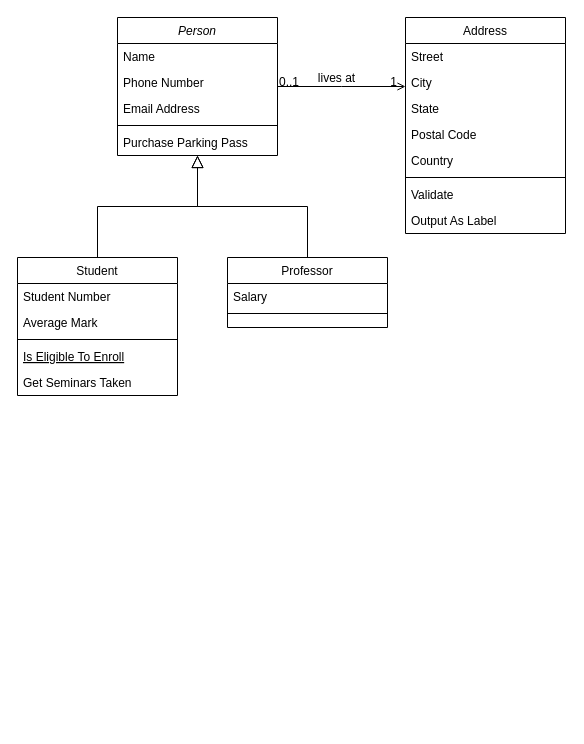
Above: Untitled Diagram.drawio in vazkya/tefa_ (draw.io), before the change. Source tidied: cells renumbered, new cells numbered last; positions are measured from the earlier drawing's top-left corner, leaving out a move shared by most shapes. Both pictures are drawn from the tidied source at 100%, with x=0, y=0 at pixel (17, 17).
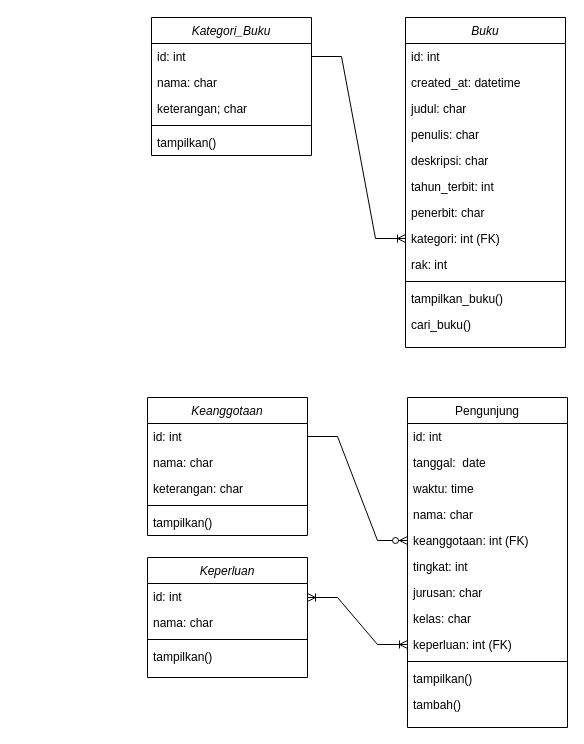
The same page after the edit.

The edit, as a diff of the source:
```diff
@@
-    <mxCell id="2" value="Person" style="swimlane;fontStyle=2;align=center;verticalAlign=top;horizontal=1;startSize=26;rounded=0;shadow=0;strokeWidth=1;" parent="1" vertex="1">
-      <mxGeometry x="100" width="160" height="138" as="geometry" />
+    <mxCell id="2" value="Kategori_Buku" style="swimlane;fontStyle=2;align=center;verticalAlign=top;horizontal=1;startSize=26;rounded=0;shadow=0;strokeWidth=1;" parent="1" vertex="1">
+      <mxGeometry x="134" width="160" height="138" as="geometry" />
     </mxCell>
-    <mxCell id="3" value="Name" style="text;align=left;verticalAlign=top;spacingLeft=4;spacingRight=4;overflow=hidden;points=[[0,0.5],[1,0.5]];portConstraint=eastwest;" parent="2" vertex="1">
+    <mxCell id="3" value="id: int" style="text;align=left;verticalAlign=top;spacingLeft=4;spacingRight=4;overflow=hidden;points=[[0,0.5],[1,0.5]];portConstraint=eastwest;" parent="2" vertex="1">
       <mxGeometry y="26" width="160" height="26" as="geometry" />
     </mxCell>
-    <mxCell id="4" value="Phone Number" style="text;align=left;verticalAlign=top;spacingLeft=4;spacingRight=4;overflow=hidden;rounded=0;shadow=0;html=0;" parent="2" vertex="1">
+    <mxCell id="4" value="nama: char" style="text;align=left;verticalAlign=top;spacingLeft=4;spacingRight=4;overflow=hidden;rounded=0;shadow=0;html=0;" parent="2" vertex="1">
       <mxGeometry y="52" width="160" height="26" as="geometry" />
     </mxCell>
-    <mxCell id="5" value="Email Address" style="text;align=left;verticalAlign=top;spacingLeft=4;spacingRight=4;overflow=hidden;rounded=0;shadow=0;html=0;" parent="2" vertex="1">
+    <mxCell id="5" value="keterangan; char" style="text;align=left;verticalAlign=top;spacingLeft=4;spacingRight=4;overflow=hidden;rounded=0;shadow=0;html=0;" parent="2" vertex="1">
       <mxGeometry y="78" width="160" height="26" as="geometry" />
     </mxCell>
@@
-    <mxCell id="7" value="Purchase Parking Pass" style="text;align=left;verticalAlign=top;spacingLeft=4;spacingRight=4;overflow=hidden;" parent="2" vertex="1">
+    <mxCell id="7" value="tampilkan()" style="text;align=left;verticalAlign=top;spacingLeft=4;spacingRight=4;overflow=hidden;" parent="2" vertex="1">
       <mxGeometry y="112" width="160" height="26" as="geometry" />
     </mxCell>
-    <mxCell id="8" value="Student" style="swimlane;fontStyle=0;align=center;verticalAlign=top;horizontal=1;startSize=26;rounded=0;shadow=0;strokeWidth=1;" parent="1" vertex="1">
-      <mxGeometry y="240" width="160" height="138" as="geometry" />
+    <mxCell id="8" value="Keanggotaan" style="swimlane;fontStyle=2;align=center;verticalAlign=top;horizontal=1;startSize=26;rounded=0;shadow=0;strokeWidth=1;" parent="1" vertex="1">
+      <mxGeometry x="130" y="380" width="160" height="138" as="geometry" />
     </mxCell>
-    <mxCell id="9" value="Student Number" style="text;align=left;verticalAlign=top;spacingLeft=4;spacingRight=4;overflow=hidden;points=[[0,0.5],[1,0.5]];portConstraint=eastwest;" parent="8" vertex="1">
+    <mxCell id="9" value="id: int" style="text;align=left;verticalAlign=top;spacingLeft=4;spacingRight=4;overflow=hidden;points=[[0,0.5],[1,0.5]];portConstraint=eastwest;" parent="8" vertex="1">
       <mxGeometry y="26" width="160" height="26" as="geometry" />
     </mxCell>
-    <mxCell id="10" value="Average Mark" style="text;align=left;verticalAlign=top;spacingLeft=4;spacingRight=4;overflow=hidden;rounded=0;shadow=0;html=0;" parent="8" vertex="1">
+    <mxCell id="10" value="nama: char" style="text;align=left;verticalAlign=top;spacingLeft=4;spacingRight=4;overflow=hidden;rounded=0;shadow=0;html=0;" parent="8" vertex="1">
       <mxGeometry y="52" width="160" height="26" as="geometry" />
     </mxCell>
+    <mxCell id="12" value="keterangan: char" style="text;align=left;verticalAlign=top;spacingLeft=4;spacingRight=4;overflow=hidden;fontStyle=0;" parent="8" vertex="1">
+      <mxGeometry y="78" width="160" height="26" as="geometry" />
+    </mxCell>
     <mxCell id="11" style="line;html=1;strokeWidth=1;align=left;verticalAlign=middle;spacingTop=-1;spacingLeft=3;spacingRight=3;labelPosition=right;" parent="8" vertex="1">
-      <mxGeometry y="78" width="160" height="8" as="geometry" />
+      <mxGeometry y="104" width="160" height="8" as="geometry" />
     </mxCell>
-    <mxCell id="12" value="Is Eligible To Enroll" style="text;align=left;verticalAlign=top;spacingLeft=4;spacingRight=4;overflow=hidden;fontStyle=4;" parent="8" vertex="1">
-      <mxGeometry y="86" width="160" height="26" as="geometry" />
-    </mxCell>
-    <mxCell id="13" value="Get Seminars Taken" style="text;align=left;verticalAlign=top;spacingLeft=4;spacingRight=4;overflow=hidden;" parent="8" vertex="1">
+    <mxCell id="13" value="tampilkan()" style="text;align=left;verticalAlign=top;spacingLeft=4;spacingRight=4;overflow=hidden;" parent="8" vertex="1">
       <mxGeometry y="112" width="160" height="26" as="geometry" />
     </mxCell>
-    <mxCell id="14" style="endArrow=block;endSize=10;endFill=0;shadow=0;strokeWidth=1;rounded=0;edgeStyle=elbowEdgeStyle;elbow=vertical;" parent="1" edge="1" source="8" target="2">
-      <mxGeometry relative="1" as="geometry" />
-    </mxCell>
-    <mxCell id="15" value="Professor" style="swimlane;fontStyle=0;align=center;verticalAlign=top;horizontal=1;startSize=26;rounded=0;shadow=0;strokeWidth=1;" parent="1" vertex="1">
-      <mxGeometry x="210" y="240" width="160" height="70" as="geometry" />
+    <mxCell id="15" value="Keperluan" style="swimlane;fontStyle=2;align=center;verticalAlign=top;horizontal=1;startSize=26;rounded=0;shadow=0;strokeWidth=1;" parent="1" vertex="1">
+      <mxGeometry x="130" y="540" width="160" height="120" as="geometry" />
     </mxCell>
-    <mxCell id="16" value="Salary" style="text;align=left;verticalAlign=top;spacingLeft=4;spacingRight=4;overflow=hidden;" parent="15" vertex="1">
+    <mxCell id="16" value="id: int" style="text;align=left;verticalAlign=top;spacingLeft=4;spacingRight=4;overflow=hidden;" parent="15" vertex="1">
       <mxGeometry y="26" width="160" height="26" as="geometry" />
     </mxCell>
+    <mxCell id="32" value="nama: char" style="text;align=left;verticalAlign=top;spacingLeft=4;spacingRight=4;overflow=hidden;" parent="15" vertex="1">
+      <mxGeometry y="52" width="160" height="26" as="geometry" />
+    </mxCell>
     <mxCell id="17" style="line;html=1;strokeWidth=1;align=left;verticalAlign=middle;spacingTop=-1;spacingLeft=3;spacingRight=3;labelPosition=right;" parent="15" vertex="1">
-      <mxGeometry y="52" width="160" height="8" as="geometry" />
+      <mxGeometry y="78" width="160" height="8" as="geometry" />
     </mxCell>
-    <mxCell id="18" style="endArrow=block;endSize=10;endFill=0;shadow=0;strokeWidth=1;rounded=0;edgeStyle=elbowEdgeStyle;elbow=vertical;" parent="1" edge="1" source="15" target="2">
-      <mxGeometry relative="1" as="geometry" />
-    </mxCell>
+    <mxCell id="33" value="tampilkan()" style="text;align=left;verticalAlign=top;spacingLeft=4;spacingRight=4;overflow=hidden;" parent="15" vertex="1">
+      <mxGeometry y="86" width="160" height="26" as="geometry" />
+    </mxCell>
-    <mxCell id="19" value="Address" style="swimlane;fontStyle=0;align=center;verticalAlign=top;horizontal=1;startSize=26;rounded=0;shadow=0;strokeWidth=1;" parent="1" vertex="1">
-      <mxGeometry x="388" width="160" height="216" as="geometry" />
+    <mxCell id="19" value="Buku" style="swimlane;fontStyle=2;align=center;verticalAlign=top;horizontal=1;startSize=26;rounded=0;shadow=0;strokeWidth=1;" parent="1" vertex="1">
+      <mxGeometry x="388" width="160" height="330" as="geometry" />
     </mxCell>
-    <mxCell id="20" value="Street" style="text;align=left;verticalAlign=top;spacingLeft=4;spacingRight=4;overflow=hidden;" parent="19" vertex="1">
+    <mxCell id="20" value="id: int" style="text;align=left;verticalAlign=top;spacingLeft=4;spacingRight=4;overflow=hidden;" parent="19" vertex="1">
       <mxGeometry y="26" width="160" height="26" as="geometry" />
     </mxCell>
-    <mxCell id="21" value="City" style="text;align=left;verticalAlign=top;spacingLeft=4;spacingRight=4;overflow=hidden;rounded=0;shadow=0;html=0;" parent="19" vertex="1">
+    <mxCell id="21" value="created_at: datetime" style="text;align=left;verticalAlign=top;spacingLeft=4;spacingRight=4;overflow=hidden;rounded=0;shadow=0;html=0;" parent="19" vertex="1">
       <mxGeometry y="52" width="160" height="26" as="geometry" />
     </mxCell>
-    <mxCell id="22" value="State" style="text;align=left;verticalAlign=top;spacingLeft=4;spacingRight=4;overflow=hidden;rounded=0;shadow=0;html=0;" parent="19" vertex="1">
+    <mxCell id="22" value="judul: char" style="text;align=left;verticalAlign=top;spacingLeft=4;spacingRight=4;overflow=hidden;rounded=0;shadow=0;html=0;" parent="19" vertex="1">
       <mxGeometry y="78" width="160" height="26" as="geometry" />
     </mxCell>
-    <mxCell id="23" value="Postal Code" style="text;align=left;verticalAlign=top;spacingLeft=4;spacingRight=4;overflow=hidden;rounded=0;shadow=0;html=0;" parent="19" vertex="1">
+    <mxCell id="23" value="penulis: char" style="text;align=left;verticalAlign=top;spacingLeft=4;spacingRight=4;overflow=hidden;rounded=0;shadow=0;html=0;" parent="19" vertex="1">
       <mxGeometry y="104" width="160" height="26" as="geometry" />
     </mxCell>
-    <mxCell id="24" value="Country" style="text;align=left;verticalAlign=top;spacingLeft=4;spacingRight=4;overflow=hidden;rounded=0;shadow=0;html=0;" parent="19" vertex="1">
+    <mxCell id="24" value="deskripsi: char" style="text;align=left;verticalAlign=top;spacingLeft=4;spacingRight=4;overflow=hidden;rounded=0;shadow=0;html=0;" parent="19" vertex="1">
       <mxGeometry y="130" width="160" height="26" as="geometry" />
     </mxCell>
+    <mxCell id="27" value="tahun_terbit: int" style="text;align=left;verticalAlign=top;spacingLeft=4;spacingRight=4;overflow=hidden;" parent="19" vertex="1">
+      <mxGeometry y="156" width="160" height="26" as="geometry" />
+    </mxCell>
+    <mxCell id="26" value="penerbit: char" style="text;align=left;verticalAlign=top;spacingLeft=4;spacingRight=4;overflow=hidden;" parent="19" vertex="1">
+      <mxGeometry y="182" width="160" height="26" as="geometry" />
+    </mxCell>
+    <mxCell id="34" value="kategori: int (FK)" style="text;align=left;verticalAlign=top;spacingLeft=4;spacingRight=4;overflow=hidden;points=[[0,0.5],[1,0.5]];portConstraint=eastwest;" parent="19" vertex="1">
+      <mxGeometry y="208" width="160" height="26" as="geometry" />
+    </mxCell>
+    <mxCell id="35" value="rak: int" style="text;align=left;verticalAlign=top;spacingLeft=4;spacingRight=4;overflow=hidden;" parent="19" vertex="1">
+      <mxGeometry y="234" width="160" height="26" as="geometry" />
+    </mxCell>
     <mxCell id="25" style="line;html=1;strokeWidth=1;align=left;verticalAlign=middle;spacingTop=-1;spacingLeft=3;spacingRight=3;labelPosition=right;" parent="19" vertex="1">
-      <mxGeometry y="156" width="160" height="8" as="geometry" />
+      <mxGeometry y="260" width="160" height="8" as="geometry" />
     </mxCell>
-    <mxCell id="26" value="Validate" style="text;align=left;verticalAlign=top;spacingLeft=4;spacingRight=4;overflow=hidden;" parent="19" vertex="1">
-      <mxGeometry y="164" width="160" height="26" as="geometry" />
-    </mxCell>
-    <mxCell id="27" value="Output As Label" style="text;align=left;verticalAlign=top;spacingLeft=4;spacingRight=4;overflow=hidden;" parent="19" vertex="1">
-      <mxGeometry y="190" width="160" height="26" as="geometry" />
-    </mxCell>
-    <mxCell id="28" style="endArrow=open;shadow=0;strokeWidth=1;rounded=0;endFill=1;edgeStyle=elbowEdgeStyle;elbow=vertical;" parent="1" edge="1" source="2" target="19">
-      <mxGeometry x="0.5" y="41" relative="1" as="geometry">
-        <mxPoint x="-40" y="32" as="offset" />
-      </mxGeometry>
-    </mxCell>
-    <mxCell id="29" value="0..1" style="align=left;verticalAlign=bottom;labelBackgroundColor=none;fontSize=12;" parent="28" vertex="1">
-      <mxGeometry x="-1" relative="1" as="geometry">
-        <mxPoint y="4" as="offset" />
-      </mxGeometry>
-    </mxCell>
-    <mxCell id="30" value="1" style="align=right;verticalAlign=bottom;labelBackgroundColor=none;fontSize=12;" parent="28" vertex="1">
-      <mxGeometry x="1" relative="1" as="geometry">
-        <mxPoint x="-7" y="4" as="offset" />
-      </mxGeometry>
-    </mxCell>
-    <mxCell id="31" value="lives at" style="text;html=1;align=center;verticalAlign=middle;labelBackgroundColor=none;rounded=0;shadow=0;strokeWidth=1;fontSize=12;" parent="28" vertex="1">
-      <mxGeometry x="0.5" y="49" relative="1" as="geometry">
-        <mxPoint x="-38" y="40" as="offset" />
-      </mxGeometry>
-    </mxCell>
+    <mxCell id="36" value="tampilkan_buku()" style="text;align=left;verticalAlign=top;spacingLeft=4;spacingRight=4;overflow=hidden;" parent="19" vertex="1">
+      <mxGeometry y="268" width="160" height="26" as="geometry" />
+    </mxCell>
+    <mxCell id="37" value="cari_buku()" style="text;align=left;verticalAlign=top;spacingLeft=4;spacingRight=4;overflow=hidden;" parent="19" vertex="1">
+      <mxGeometry y="294" width="160" height="26" as="geometry" />
+    </mxCell>
+    <mxCell id="38" value="Pengunjung" style="swimlane;fontStyle=0;align=center;verticalAlign=top;horizontal=1;startSize=26;rounded=0;shadow=0;strokeWidth=1;" parent="1" vertex="1">
+      <mxGeometry x="390" y="380" width="160" height="330" as="geometry" />
+    </mxCell>
+    <mxCell id="39" value="id: int" style="text;align=left;verticalAlign=top;spacingLeft=4;spacingRight=4;overflow=hidden;" parent="38" vertex="1">
+      <mxGeometry y="26" width="160" height="26" as="geometry" />
+    </mxCell>
+    <mxCell id="40" value="tanggal:  date" style="text;align=left;verticalAlign=top;spacingLeft=4;spacingRight=4;overflow=hidden;rounded=0;shadow=0;html=0;" parent="38" vertex="1">
+      <mxGeometry y="52" width="160" height="26" as="geometry" />
+    </mxCell>
+    <mxCell id="41" value="waktu: time" style="text;align=left;verticalAlign=top;spacingLeft=4;spacingRight=4;overflow=hidden;rounded=0;shadow=0;html=0;" parent="38" vertex="1">
+      <mxGeometry y="78" width="160" height="26" as="geometry" />
+    </mxCell>
+    <mxCell id="42" value="nama: char" style="text;align=left;verticalAlign=top;spacingLeft=4;spacingRight=4;overflow=hidden;rounded=0;shadow=0;html=0;" parent="38" vertex="1">
+      <mxGeometry y="104" width="160" height="26" as="geometry" />
+    </mxCell>
+    <mxCell id="43" value="keanggotaan: int (FK)" style="text;align=left;verticalAlign=top;spacingLeft=4;spacingRight=4;overflow=hidden;points=[[0,0.5],[1,0.5]];portConstraint=eastwest;" parent="38" vertex="1">
+      <mxGeometry y="130" width="160" height="26" as="geometry" />
+    </mxCell>
+    <mxCell id="44" value="tingkat: int" style="text;align=left;verticalAlign=top;spacingLeft=4;spacingRight=4;overflow=hidden;rounded=0;shadow=0;html=0;" parent="38" vertex="1">
+      <mxGeometry y="156" width="160" height="26" as="geometry" />
+    </mxCell>
+    <mxCell id="45" value="jurusan: char" style="text;align=left;verticalAlign=top;spacingLeft=4;spacingRight=4;overflow=hidden;" parent="38" vertex="1">
+      <mxGeometry y="182" width="160" height="26" as="geometry" />
+    </mxCell>
+    <mxCell id="46" value="kelas: char" style="text;align=left;verticalAlign=top;spacingLeft=4;spacingRight=4;overflow=hidden;" parent="38" vertex="1">
+      <mxGeometry y="208" width="160" height="26" as="geometry" />
+    </mxCell>
+    <mxCell id="47" value="keperluan: int (FK)" style="text;align=left;verticalAlign=top;spacingLeft=4;spacingRight=4;overflow=hidden;points=[[0,0.5],[1,0.5]];portConstraint=eastwest;" parent="38" vertex="1">
+      <mxGeometry y="234" width="160" height="26" as="geometry" />
+    </mxCell>
+    <mxCell id="48" style="line;html=1;strokeWidth=1;align=left;verticalAlign=middle;spacingTop=-1;spacingLeft=3;spacingRight=3;labelPosition=right;" parent="38" vertex="1">
+      <mxGeometry y="260" width="160" height="8" as="geometry" />
+    </mxCell>
+    <mxCell id="49" value="tampilkan()" style="text;align=left;verticalAlign=top;spacingLeft=4;spacingRight=4;overflow=hidden;" parent="38" vertex="1">
+      <mxGeometry y="268" width="160" height="26" as="geometry" />
+    </mxCell>
+    <mxCell id="50" value="tambah()" style="text;align=left;verticalAlign=top;spacingLeft=4;spacingRight=4;overflow=hidden;" parent="38" vertex="1">
+      <mxGeometry y="294" width="160" height="26" as="geometry" />
+    </mxCell>
+    <mxCell id="51" style="edgeStyle=entityRelationEdgeStyle;fontSize=12;html=1;endArrow=ERoneToMany;rounded=0;exitX=1;exitY=0.5;exitDx=0;exitDy=0;entryX=0;entryY=0.5;entryDx=0;entryDy=0;" parent="1" edge="1" source="3" target="34">
+      <mxGeometry relative="1" as="geometry" />
+    </mxCell>
+    <mxCell id="52" style="edgeStyle=entityRelationEdgeStyle;fontSize=12;html=1;endArrow=ERzeroToMany;endFill=1;rounded=0;exitX=1;exitY=0.5;exitDx=0;exitDy=0;entryX=0;entryY=0.5;entryDx=0;entryDy=0;" parent="1" edge="1" source="9" target="43">
+      <mxGeometry relative="1" as="geometry" />
+    </mxCell>
+    <mxCell id="53" style="edgeStyle=entityRelationEdgeStyle;fontSize=12;html=1;endArrow=ERoneToMany;startArrow=ERoneToMany;rounded=0;entryX=0;entryY=0.5;entryDx=0;entryDy=0;" parent="1" edge="1" target="47">
+      <mxGeometry relative="1" as="geometry">
+        <mxPoint x="290" y="580" as="sourcePoint" />
+      </mxGeometry>
+    </mxCell>
```
